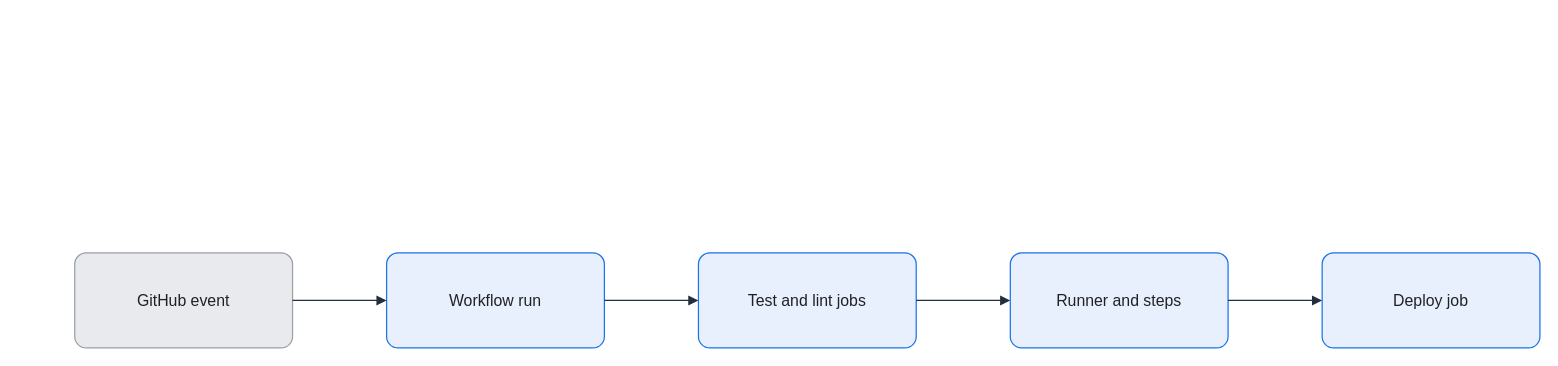
KKamJi98/kkamji98.github.io keeps this draw.io diagram as assets/img/ci-cd/github-actions-workflow-flow.drawio. Above is the earlier version. Source tidied: cells renumbered, new cells numbered last; positions are measured from the earlier drawing's top-left corner, leaving out a move shared by most shapes. Both pictures are drawn from the tidied source at 99%, with x=0, y=0 at pixel (74, 252).
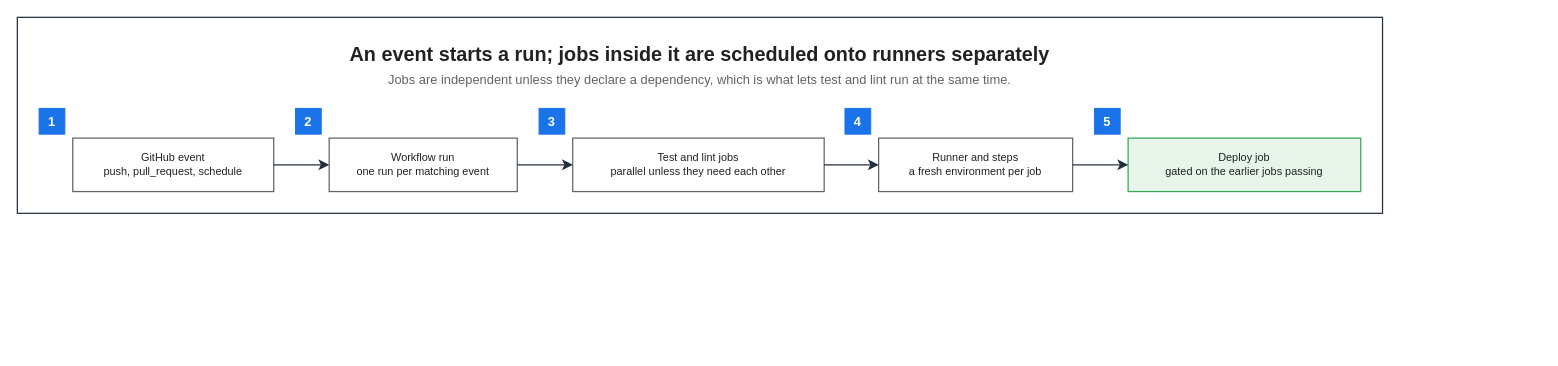
The same diagram, later.

Change to the diagram source:
```diff
@@
 <mxGraphModel background="#FFFFFF">
   <root>
     <mxCell id="0" />
     <mxCell id="1" parent="0" />
-    <mxCell id="2" value="GitHub event" style="rounded=1;arcSize=12;whiteSpace=wrap;html=0;fillColor=#E8EAED;strokeColor=#9AA0A6;strokeWidth=1.25;fontColor=#202124;fontSize=16;align=center;verticalAlign=middle;spacing=8;shadow=0;" parent="1" vertex="1">
-      <mxGeometry width="220" height="96" as="geometry" />
-    </mxCell>
-    <mxCell id="3" value="Workflow run" style="rounded=1;arcSize=12;whiteSpace=wrap;html=0;fillColor=#E8F0FE;strokeColor=#1A73E8;strokeWidth=1.25;fontColor=#202124;fontSize=16;align=center;verticalAlign=middle;spacing=8;shadow=0;" parent="1" vertex="1">
-      <mxGeometry x="315" width="220" height="96" as="geometry" />
-    </mxCell>
-    <mxCell id="4" value="Test and lint jobs" style="rounded=1;arcSize=12;whiteSpace=wrap;html=0;fillColor=#E8F0FE;strokeColor=#1A73E8;strokeWidth=1.25;fontColor=#202124;fontSize=16;align=center;verticalAlign=middle;spacing=8;shadow=0;" parent="1" vertex="1">
-      <mxGeometry x="630" width="220" height="96" as="geometry" />
-    </mxCell>
-    <mxCell id="5" value="Runner and steps" style="rounded=1;arcSize=12;whiteSpace=wrap;html=0;fillColor=#E8F0FE;strokeColor=#1A73E8;strokeWidth=1.25;fontColor=#202124;fontSize=16;align=center;verticalAlign=middle;spacing=8;shadow=0;" parent="1" vertex="1">
-      <mxGeometry x="945" width="220" height="96" as="geometry" />
-    </mxCell>
-    <mxCell id="6" value="Deploy job" style="rounded=1;arcSize=12;whiteSpace=wrap;html=0;fillColor=#E8F0FE;strokeColor=#1A73E8;strokeWidth=1.25;fontColor=#202124;fontSize=16;align=center;verticalAlign=middle;spacing=8;shadow=0;" parent="1" vertex="1">
-      <mxGeometry x="1260" width="220" height="96" as="geometry" />
-    </mxCell>
-    <mxCell id="7" style="edgeStyle=orthogonalEdgeStyle;rounded=0;jettySize=auto;html=0;endArrow=block;endFill=1;strokeColor=#232F3E;strokeWidth=1.25;fontColor=#202124;labelBackgroundColor=none;exitX=1;exitY=0.5;exitDx=0;exitDy=0;entryX=0;entryY=0.5;entryDx=0;entryDy=0;endSize=7;" parent="1" edge="1" source="2" target="3">
-      <mxGeometry relative="1" as="geometry" />
-    </mxCell>
-    <mxCell id="8" style="edgeStyle=orthogonalEdgeStyle;rounded=0;jettySize=auto;html=0;endArrow=block;endFill=1;strokeColor=#232F3E;strokeWidth=1.25;fontColor=#202124;labelBackgroundColor=none;exitX=1;exitY=0.5;exitDx=0;exitDy=0;entryX=0;entryY=0.5;entryDx=0;entryDy=0;endSize=7;" parent="1" edge="1" source="3" target="4">
-      <mxGeometry relative="1" as="geometry" />
-    </mxCell>
-    <mxCell id="9" style="edgeStyle=orthogonalEdgeStyle;rounded=0;jettySize=auto;html=0;endArrow=block;endFill=1;strokeColor=#232F3E;strokeWidth=1.25;fontColor=#202124;labelBackgroundColor=none;exitX=1;exitY=0.5;exitDx=0;exitDy=0;entryX=0;entryY=0.5;entryDx=0;entryDy=0;endSize=7;" parent="1" edge="1" source="4" target="5">
-      <mxGeometry relative="1" as="geometry" />
-    </mxCell>
-    <mxCell id="10" style="edgeStyle=orthogonalEdgeStyle;rounded=0;jettySize=auto;html=0;endArrow=block;endFill=1;strokeColor=#232F3E;strokeWidth=1.25;fontColor=#202124;labelBackgroundColor=none;exitX=1;exitY=0.5;exitDx=0;exitDy=0;entryX=0;entryY=0.5;entryDx=0;entryDy=0;endSize=7;" parent="1" edge="1" source="5" target="6">
-      <mxGeometry relative="1" as="geometry" />
-    </mxCell>
+    <mxCell id="11" style="rounded=0;html=0;fillColor=none;strokeColor=#232F3E;fontColor=#202124;strokeWidth=1.25;" parent="1" vertex="1">
+      <mxGeometry x="-58" y="-238" width="1379" height="198" as="geometry" />
+    </mxCell>
+    <mxCell id="12" value="An event starts a run; jobs inside it are scheduled onto runners separately" style="text;html=0;whiteSpace=wrap;fillColor=none;strokeColor=none;fontColor=#202124;fontSize=20;fontStyle=1;align=center;verticalAlign=middle;" parent="1" vertex="1">
+      <mxGeometry x="-36" y="-216" width="1335" height="30" as="geometry" />
+    </mxCell>
+    <mxCell id="13" value="Jobs are independent unless they declare a dependency, which is what lets test and lint run at the same time." style="text;html=0;whiteSpace=wrap;fillColor=none;strokeColor=none;fontColor=#5F6368;fontSize=13;fontStyle=0;align=center;verticalAlign=middle;" parent="1" vertex="1">
+      <mxGeometry x="-36" y="-186" width="1335" height="22" as="geometry" />
+    </mxCell>
+    <mxCell id="14" value="GitHub event&#10;push, pull_request, schedule" style="rounded=0;whiteSpace=wrap;html=0;fillColor=#FFFFFF;strokeColor=#5F6368;fontColor=#202124;fontSize=11;fontStyle=0;align=center;verticalAlign=middle;spacingLeft=6;spacingRight=6;strokeWidth=1.25;" parent="1" vertex="1">
+      <mxGeometry x="-2" y="-116" width="203" height="54" as="geometry" />
+    </mxCell>
+    <mxCell id="15" value="Workflow run&#10;one run per matching event" style="rounded=0;whiteSpace=wrap;html=0;fillColor=#FFFFFF;strokeColor=#5F6368;fontColor=#202124;fontSize=11;fontStyle=0;align=center;verticalAlign=middle;spacingLeft=6;spacingRight=6;strokeWidth=1.25;" parent="1" vertex="1">
+      <mxGeometry x="257" y="-116" width="190" height="54" as="geometry" />
+    </mxCell>
+    <mxCell id="16" value="Test and lint jobs&#10;parallel unless they need each other" style="rounded=0;whiteSpace=wrap;html=0;fillColor=#FFFFFF;strokeColor=#5F6368;fontColor=#202124;fontSize=11;fontStyle=0;align=center;verticalAlign=middle;spacingLeft=6;spacingRight=6;strokeWidth=1.25;" parent="1" vertex="1">
+      <mxGeometry x="503" y="-116" width="254" height="54" as="geometry" />
+    </mxCell>
+    <mxCell id="17" value="Runner and steps&#10;a fresh environment per job" style="rounded=0;whiteSpace=wrap;html=0;fillColor=#FFFFFF;strokeColor=#5F6368;fontColor=#202124;fontSize=11;fontStyle=0;align=center;verticalAlign=middle;spacingLeft=6;spacingRight=6;strokeWidth=1.25;" parent="1" vertex="1">
+      <mxGeometry x="812" y="-116" width="196" height="54" as="geometry" />
+    </mxCell>
+    <mxCell id="18" value="Deploy job&#10;gated on the earlier jobs passing" style="rounded=0;whiteSpace=wrap;html=0;fillColor=#E6F4EA;strokeColor=#34A853;fontColor=#202124;fontSize=11;fontStyle=0;align=center;verticalAlign=middle;spacingLeft=6;spacingRight=6;strokeWidth=1.25;" parent="1" vertex="1">
+      <mxGeometry x="1064" y="-116" width="235" height="54" as="geometry" />
+    </mxCell>
+    <mxCell id="19" value="1" style="rounded=0;whiteSpace=wrap;html=0;fillColor=#1A73E8;strokeColor=#1A73E8;fontColor=#FFFFFF;fontSize=13;fontStyle=1;align=center;verticalAlign=middle;" parent="1" vertex="1">
+      <mxGeometry x="-36" y="-146" width="26" height="26" as="geometry" />
+    </mxCell>
+    <mxCell id="20" value="2" style="rounded=0;whiteSpace=wrap;html=0;fillColor=#1A73E8;strokeColor=#1A73E8;fontColor=#FFFFFF;fontSize=13;fontStyle=1;align=center;verticalAlign=middle;" parent="1" vertex="1">
+      <mxGeometry x="223" y="-146" width="26" height="26" as="geometry" />
+    </mxCell>
+    <mxCell id="21" value="3" style="rounded=0;whiteSpace=wrap;html=0;fillColor=#1A73E8;strokeColor=#1A73E8;fontColor=#FFFFFF;fontSize=13;fontStyle=1;align=center;verticalAlign=middle;" parent="1" vertex="1">
+      <mxGeometry x="469" y="-146" width="26" height="26" as="geometry" />
+    </mxCell>
+    <mxCell id="22" value="4" style="rounded=0;whiteSpace=wrap;html=0;fillColor=#1A73E8;strokeColor=#1A73E8;fontColor=#FFFFFF;fontSize=13;fontStyle=1;align=center;verticalAlign=middle;" parent="1" vertex="1">
+      <mxGeometry x="778" y="-146" width="26" height="26" as="geometry" />
+    </mxCell>
+    <mxCell id="23" value="5" style="rounded=0;whiteSpace=wrap;html=0;fillColor=#1A73E8;strokeColor=#1A73E8;fontColor=#FFFFFF;fontSize=13;fontStyle=1;align=center;verticalAlign=middle;" parent="1" vertex="1">
+      <mxGeometry x="1030" y="-146" width="26" height="26" as="geometry" />
+    </mxCell>
+    <mxCell id="24" style="edgeStyle=orthogonalEdgeStyle;rounded=0;html=0;strokeColor=#232F3E;strokeWidth=1.25;endArrow=classic;endFill=1;endSize=7;fontSize=11;fontColor=#202124;labelBackgroundColor=none;jettySize=14;exitX=1;exitY=0.5;entryX=0;entryY=0.5;exitDx=0;exitDy=0;entryDx=0;entryDy=0;" parent="1" edge="1" source="14" target="15">
+      <mxGeometry relative="1" as="geometry" />
+    </mxCell>
+    <mxCell id="25" style="edgeStyle=orthogonalEdgeStyle;rounded=0;html=0;strokeColor=#232F3E;strokeWidth=1.25;endArrow=classic;endFill=1;endSize=7;fontSize=11;fontColor=#202124;labelBackgroundColor=none;jettySize=14;exitX=1;exitY=0.5;entryX=0;entryY=0.5;exitDx=0;exitDy=0;entryDx=0;entryDy=0;" parent="1" edge="1" source="15" target="16">
+      <mxGeometry relative="1" as="geometry" />
+    </mxCell>
+    <mxCell id="26" style="edgeStyle=orthogonalEdgeStyle;rounded=0;html=0;strokeColor=#232F3E;strokeWidth=1.25;endArrow=classic;endFill=1;endSize=7;fontSize=11;fontColor=#202124;labelBackgroundColor=none;jettySize=14;exitX=1;exitY=0.5;entryX=0;entryY=0.5;exitDx=0;exitDy=0;entryDx=0;entryDy=0;" parent="1" edge="1" source="16" target="17">
+      <mxGeometry relative="1" as="geometry" />
+    </mxCell>
+    <mxCell id="27" style="edgeStyle=orthogonalEdgeStyle;rounded=0;html=0;strokeColor=#232F3E;strokeWidth=1.25;endArrow=classic;endFill=1;endSize=7;fontSize=11;fontColor=#202124;labelBackgroundColor=none;jettySize=14;exitX=1;exitY=0.5;entryX=0;entryY=0.5;exitDx=0;exitDy=0;entryDx=0;entryDy=0;" parent="1" edge="1" source="17" target="18">
+      <mxGeometry relative="1" as="geometry" />
+    </mxCell>
   </root>
 </mxGraphModel>
```
